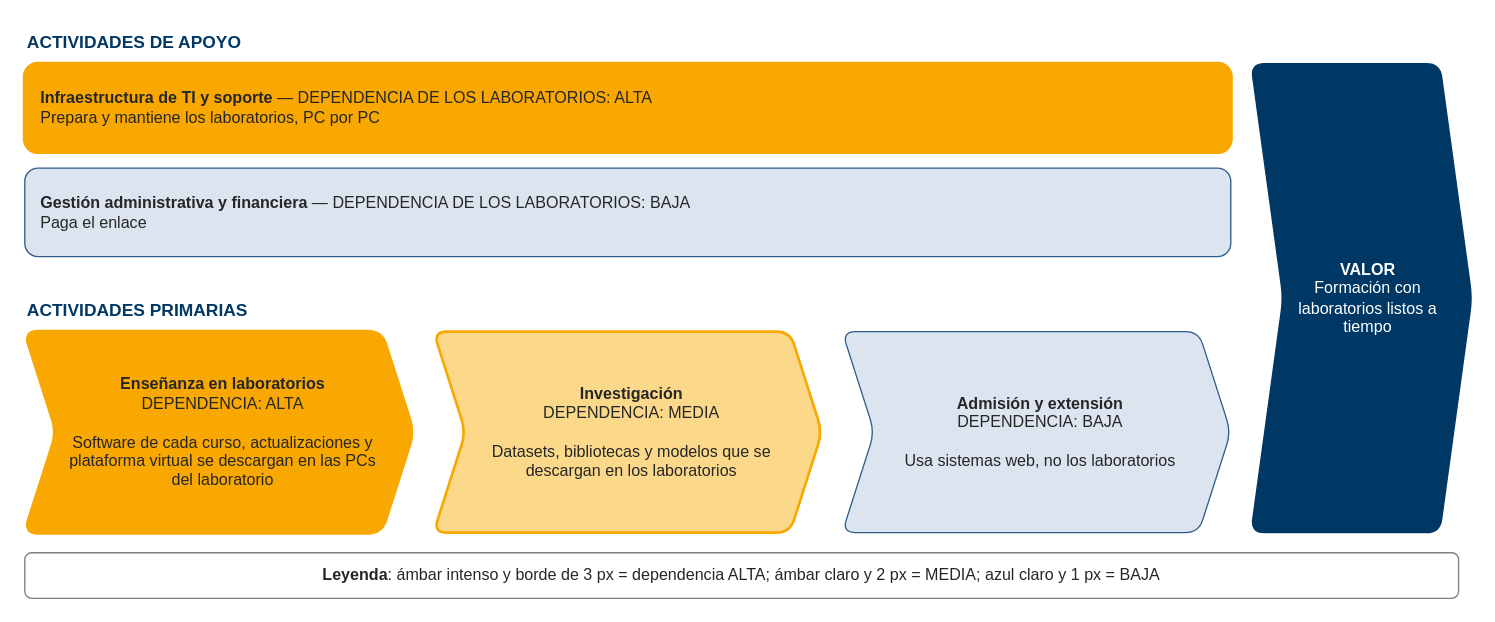
The draw.io diagram gestion/e1/figuras/cadena-valor.drawio in Nick-Saim-MJ/Project-Celeris, before the edit. Source tidied: cells renumbered, new cells numbered last; positions are measured from the earlier drawing's top-left corner, leaving out a move shared by most shapes. Both pictures are drawn from the tidied source at 134%, with x=0, y=0 at pixel (24, 23).
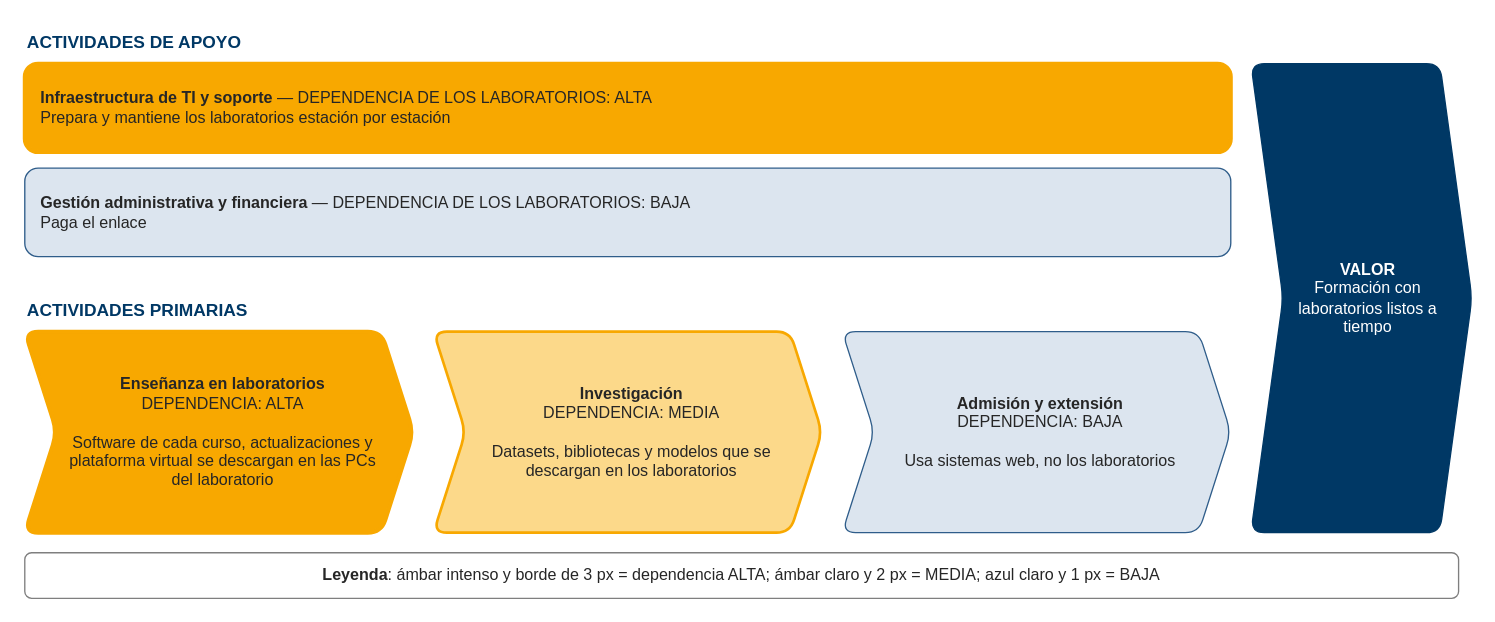
The same page after the edit.

The edit, as a diff of the source:
```diff
@@
 <mxGraphModel>
   <root>
     <mxCell id="0" />
     <mxCell id="1" parent="0" />
     <mxCell id="2" value="&lt;b&gt;ACTIVIDADES DE APOYO&lt;/b&gt;" style="text;html=1;whiteSpace=wrap;fontFamily=Calibri;fontSize=13;fontColor=#003865;strokeColor=none;fillColor=none;" parent="1" vertex="1">
       <mxGeometry width="300" height="24" as="geometry" />
     </mxCell>
-    <mxCell id="3" value="&lt;b&gt;Infraestructura de TI y soporte&lt;/b&gt; — DEPENDENCIA DE LOS LABORATORIOS: ALTA&lt;br&gt;Prepara y mantiene los laboratorios, PC por PC" style="rounded=1;whiteSpace=wrap;html=1;fillColor=#F8A800;strokeColor=#F8A800;strokeWidth=3;fontColor=#262626;fontFamily=Calibri;fontSize=12;align=left;spacingLeft=10;" parent="1" vertex="1">
+    <mxCell id="3" value="&lt;b&gt;Infraestructura de TI y soporte&lt;/b&gt; — DEPENDENCIA DE LOS LABORATORIOS: ALTA&lt;br&gt;Prepara y mantiene los laboratorios estación por estación" style="rounded=1;whiteSpace=wrap;html=1;fillColor=#F8A800;strokeColor=#F8A800;strokeWidth=3;fontColor=#262626;fontFamily=Calibri;fontSize=12;align=left;spacingLeft=10;" parent="1" vertex="1">
       <mxGeometry y="30" width="900" height="66" as="geometry" />
     </mxCell>
     <mxCell id="4" value="&lt;b&gt;Gestión administrativa y financiera&lt;/b&gt; — DEPENDENCIA DE LOS LABORATORIOS: BAJA&lt;br&gt;Paga el enlace" style="rounded=1;whiteSpace=wrap;html=1;fillColor=#DCE5EF;strokeColor=#2F5D8A;strokeWidth=1;fontColor=#262626;fontFamily=Calibri;fontSize=12;align=left;spacingLeft=10;" parent="1" vertex="1">
       <mxGeometry y="108" width="900" height="66" as="geometry" />
     </mxCell>
     <mxCell id="5" value="&lt;b&gt;ACTIVIDADES PRIMARIAS&lt;/b&gt;" style="text;html=1;whiteSpace=wrap;fontFamily=Calibri;fontSize=13;fontColor=#003865;strokeColor=none;fillColor=none;" parent="1" vertex="1">
       <mxGeometry y="200" width="300" height="24" as="geometry" />
     </mxCell>
     <mxCell id="6" value="&lt;b&gt;Enseñanza en laboratorios&lt;/b&gt;&lt;br&gt;DEPENDENCIA: ALTA&lt;br&gt;&lt;br&gt;Software de cada curso, actualizaciones y plataforma virtual se descargan en las PCs del laboratorio" style="rounded=1;whiteSpace=wrap;html=1;fillColor=#F8A800;strokeColor=#F8A800;strokeWidth=3;fontColor=#262626;fontFamily=Calibri;fontSize=12;shape=step;perimeter=stepPerimeter;fixedSize=1;size=24;align=center;spacingLeft=26;spacingRight=20;" parent="1" vertex="1">
       <mxGeometry y="230" width="290" height="150" as="geometry" />
     </mxCell>
     <mxCell id="7" value="&lt;b&gt;Investigación&lt;/b&gt;&lt;br&gt;DEPENDENCIA: MEDIA&lt;br&gt;&lt;br&gt;Datasets, bibliotecas y modelos que se descargan en los laboratorios" style="rounded=1;whiteSpace=wrap;html=1;fillColor=#FCD98A;strokeColor=#F8A800;strokeWidth=2;fontColor=#262626;fontFamily=Calibri;fontSize=12;shape=step;perimeter=stepPerimeter;fixedSize=1;size=24;align=center;spacingLeft=26;spacingRight=20;" parent="1" vertex="1">
       <mxGeometry x="305" y="230" width="290" height="150" as="geometry" />
     </mxCell>
     <mxCell id="8" value="&lt;b&gt;Admisión y extensión&lt;/b&gt;&lt;br&gt;DEPENDENCIA: BAJA&lt;br&gt;&lt;br&gt;Usa sistemas web, no los laboratorios" style="rounded=1;whiteSpace=wrap;html=1;fillColor=#DCE5EF;strokeColor=#2F5D8A;strokeWidth=1;fontColor=#262626;fontFamily=Calibri;fontSize=12;shape=step;perimeter=stepPerimeter;fixedSize=1;size=24;align=center;spacingLeft=26;spacingRight=20;" parent="1" vertex="1">
       <mxGeometry x="610" y="230" width="290" height="150" as="geometry" />
     </mxCell>
     <mxCell id="9" value="&lt;b&gt;VALOR&lt;/b&gt;&lt;br&gt;Formación con laboratorios listos a tiempo" style="rounded=1;whiteSpace=wrap;html=1;fillColor=#003865;strokeColor=#003865;strokeWidth=1;fontColor=#FFFFFF;fontFamily=Calibri;fontSize=12;shape=step;perimeter=stepPerimeter;fixedSize=1;size=24;spacingLeft=28;spacingRight=18;" parent="1" vertex="1">
       <mxGeometry x="915" y="30" width="165" height="350" as="geometry" />
     </mxCell>
     <mxCell id="10" value="&lt;b&gt;Leyenda&lt;/b&gt;: ámbar intenso y borde de 3 px = dependencia ALTA; ámbar claro y 2 px = MEDIA; azul claro y 1 px = BAJA" style="rounded=1;whiteSpace=wrap;html=1;fillColor=#FFFFFF;strokeColor=#7F7F7F;strokeWidth=1;fontColor=#262626;fontFamily=Calibri;fontSize=12;" parent="1" vertex="1">
       <mxGeometry y="395" width="1070" height="34" as="geometry" />
     </mxCell>
   </root>
 </mxGraphModel>
```
